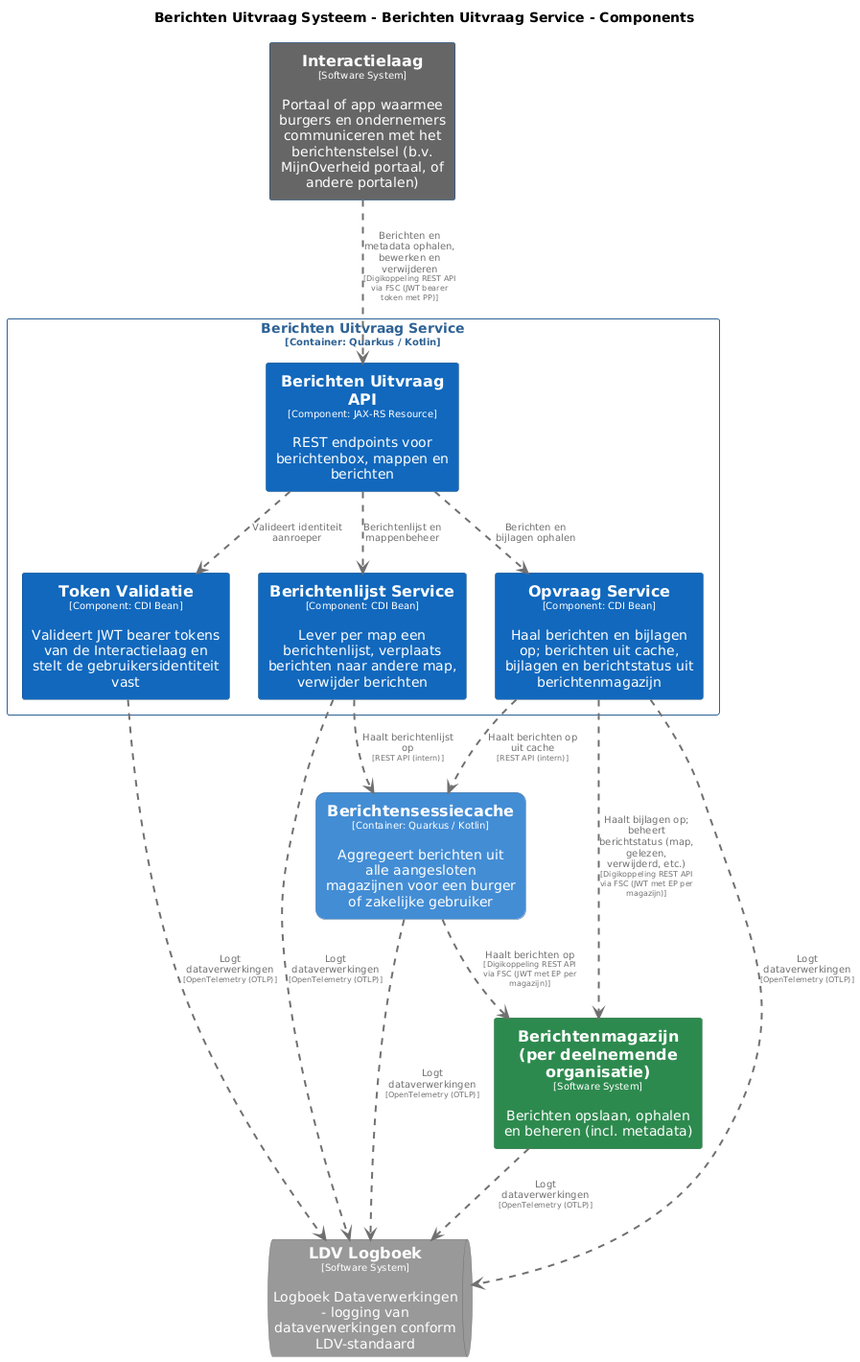
This is pr-preview/pr-22/master/png/BerichtenUitvraagServiceComponenten.png from MinBZK/moza-poc-fbs-berichtenbox, a PlantUML export, as it was before one commit.
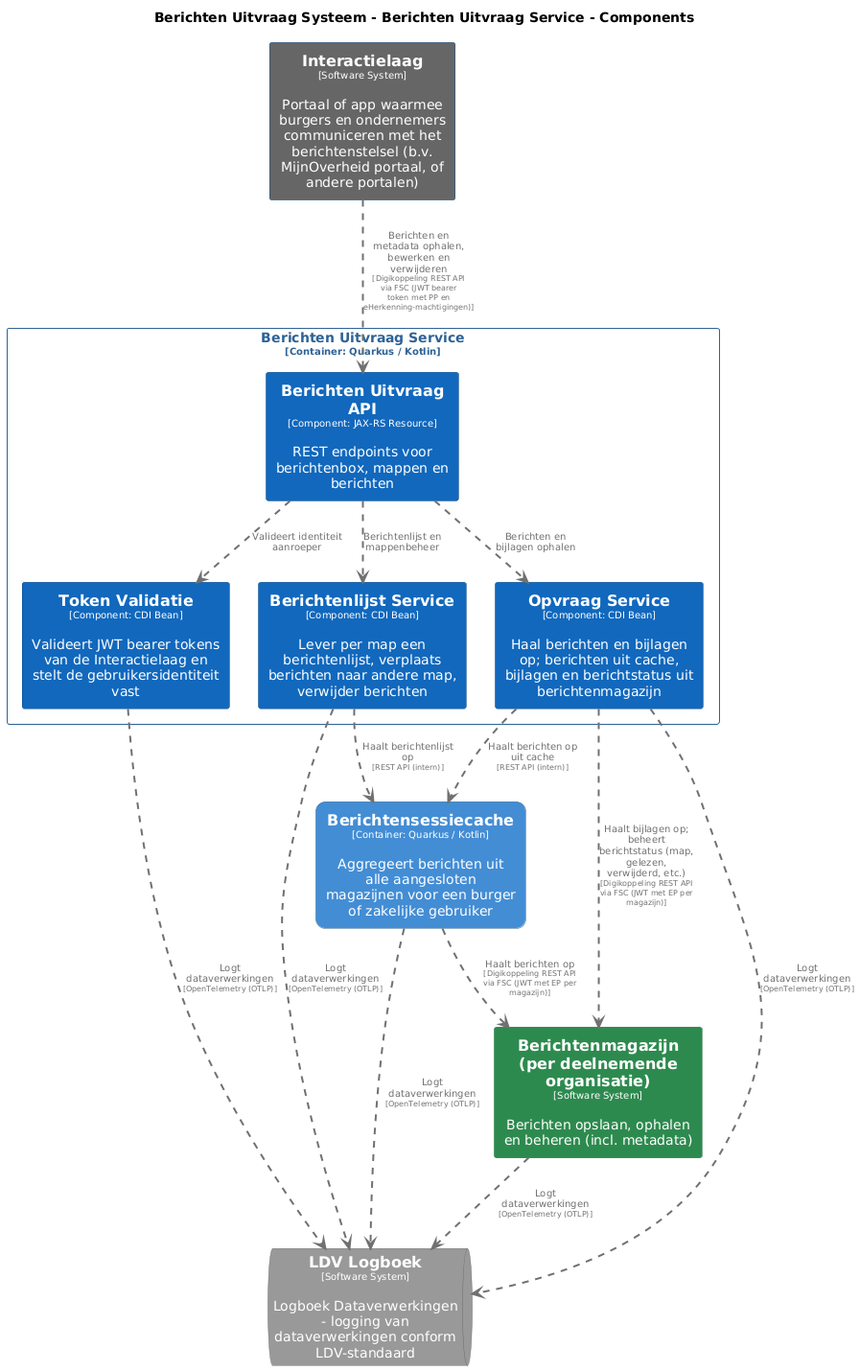
The same file after the commit.

The edit, as a diff of the source:
```diff
@@ -93,6 +93,6 @@
 BerichtenUitvraagSysteem.BerichtenUitvraagService.BerichtenUitvraagAPI .[#707070,thickness=2].> BerichtenUitvraagSysteem.BerichtenUitvraagService.OpvraagService : "<color:#707070>Berichten en bijlagen ophalen"
 BerichtenUitvraagSysteem.BerichtenUitvraagService.OpvraagService .[#707070,thickness=2].> BerichtenUitvraagSysteem.Berichtensessiecache : "<color:#707070>Haalt berichten op uit cache\n<color:#707070><size:8>[REST API (intern)]</size>"
 BerichtenUitvraagSysteem.BerichtenUitvraagService.BerichtenlijstService .[#707070,thickness=2].> BerichtenUitvraagSysteem.Berichtensessiecache : "<color:#707070>Haalt berichtenlijst op\n<color:#707070><size:8>[REST API (intern)]</size>"
-Interactielaag .[#707070,thickness=2].> BerichtenUitvraagSysteem.BerichtenUitvraagService.BerichtenUitvraagAPI : "<color:#707070>Berichten en metadata ophalen, bewerken en verwijderen\n<color:#707070><size:8>[Digikoppeling REST API via FSC (JWT bearer token met PP)]</size>"
+Interactielaag .[#707070,thickness=2].> BerichtenUitvraagSysteem.BerichtenUitvraagService.BerichtenUitvraagAPI : "<color:#707070>Berichten en metadata ophalen, bewerken en verwijderen\n<color:#707070><size:8>[Digikoppeling REST API via FSC (JWT bearer token met PP en eHerkenning-machtigingen)]</size>"
 BerichtenUitvraagSysteem.BerichtenUitvraagService.OpvraagService .[#707070,thickness=2].> Berichtenmagazijnperdeelnemendeorganisatie : "<color:#707070>Haalt bijlagen op; beheert berichtstatus (map, gelezen, verwijderd, etc.)\n<color:#707070><size:8>[Digikoppeling REST API via FSC (JWT met EP per magazijn)]</size>"
 @enduml
```
